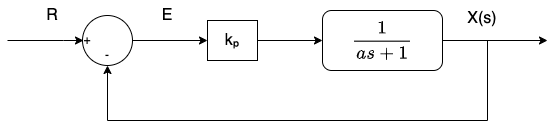
This is images/block/prop-simple.drawio.png from ivaquero/book-control, a draw.io export, as it was before one commit. Source tidied: cells renumbered, new cells last; positions are measured from the earlier drawing's top-left corner, leaving out a move shared by most shapes.
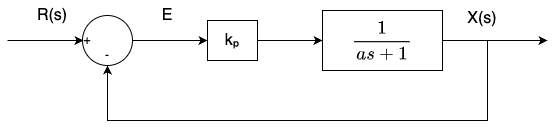
Above is the later version.

Change to the diagram source:
```diff
@@ -16,7 +16,7 @@
         <mxPoint x="540" y="40" as="targetPoint" />
       </mxGeometry>
     </mxCell>
-    <mxCell id="4" value="$$\frac{1}{as +&amp;nbsp; 1}$$" style="rounded=1;whiteSpace=wrap;html=1;fontSize=16;" parent="1" vertex="1">
+    <mxCell id="4" value="$$\frac{1}{as +&amp;nbsp; 1}$$" style="rounded=0;whiteSpace=wrap;html=1;fontSize=16;" parent="1" vertex="1">
       <mxGeometry x="315" y="10" width="120" height="60" as="geometry" />
     </mxCell>
     <mxCell id="5" style="edgeStyle=none;html=1;" parent="1" edge="1" source="6" target="4">
@@ -50,7 +50,7 @@
     <mxCell id="12" value="&lt;font style=&quot;font-size: 16px;&quot;&gt;X(s)&lt;/font&gt;" style="text;html=1;strokeColor=none;fillColor=none;align=center;verticalAlign=middle;whiteSpace=wrap;rounded=0;" parent="1" vertex="1">
       <mxGeometry x="445" y="2.5" width="60" height="30" as="geometry" />
     </mxCell>
-    <mxCell id="13" value="&lt;font style=&quot;font-size: 16px;&quot;&gt;R&lt;/font&gt;" style="text;html=1;strokeColor=none;fillColor=none;align=center;verticalAlign=middle;whiteSpace=wrap;rounded=0;" parent="1" vertex="1">
+    <mxCell id="13" value="&lt;font style=&quot;font-size: 16px;&quot;&gt;R(s)&lt;/font&gt;" style="text;html=1;strokeColor=none;fillColor=none;align=center;verticalAlign=middle;whiteSpace=wrap;rounded=0;" parent="1" vertex="1">
       <mxGeometry x="15" width="60" height="30" as="geometry" />
     </mxCell>
     <mxCell id="14" value="&lt;font style=&quot;font-size: 16px;&quot;&gt;E&lt;/font&gt;" style="text;html=1;strokeColor=none;fillColor=none;align=center;verticalAlign=middle;whiteSpace=wrap;rounded=0;" parent="1" vertex="1">
```
